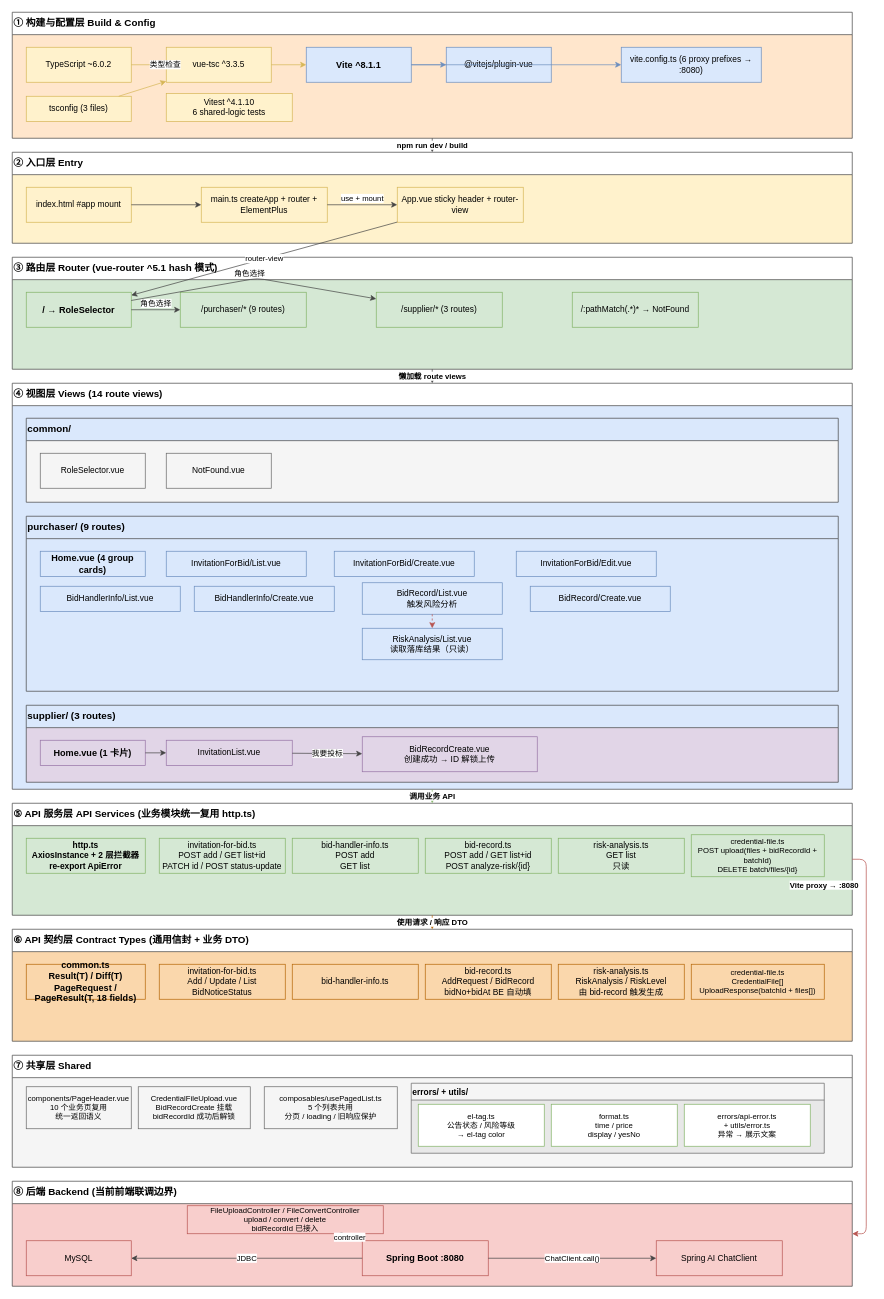
Above: docs/frontend-architecture.drawio in Jianshi-Lu/smart-bid-platform-fe (draw.io), before the change. Source tidied: cells renumbered, new cells numbered last; positions are measured from the earlier drawing's top-left corner, leaving out a move shared by most shapes. Both pictures are drawn from the tidied source at 70%, with x=0, y=0 at pixel (12, 12).
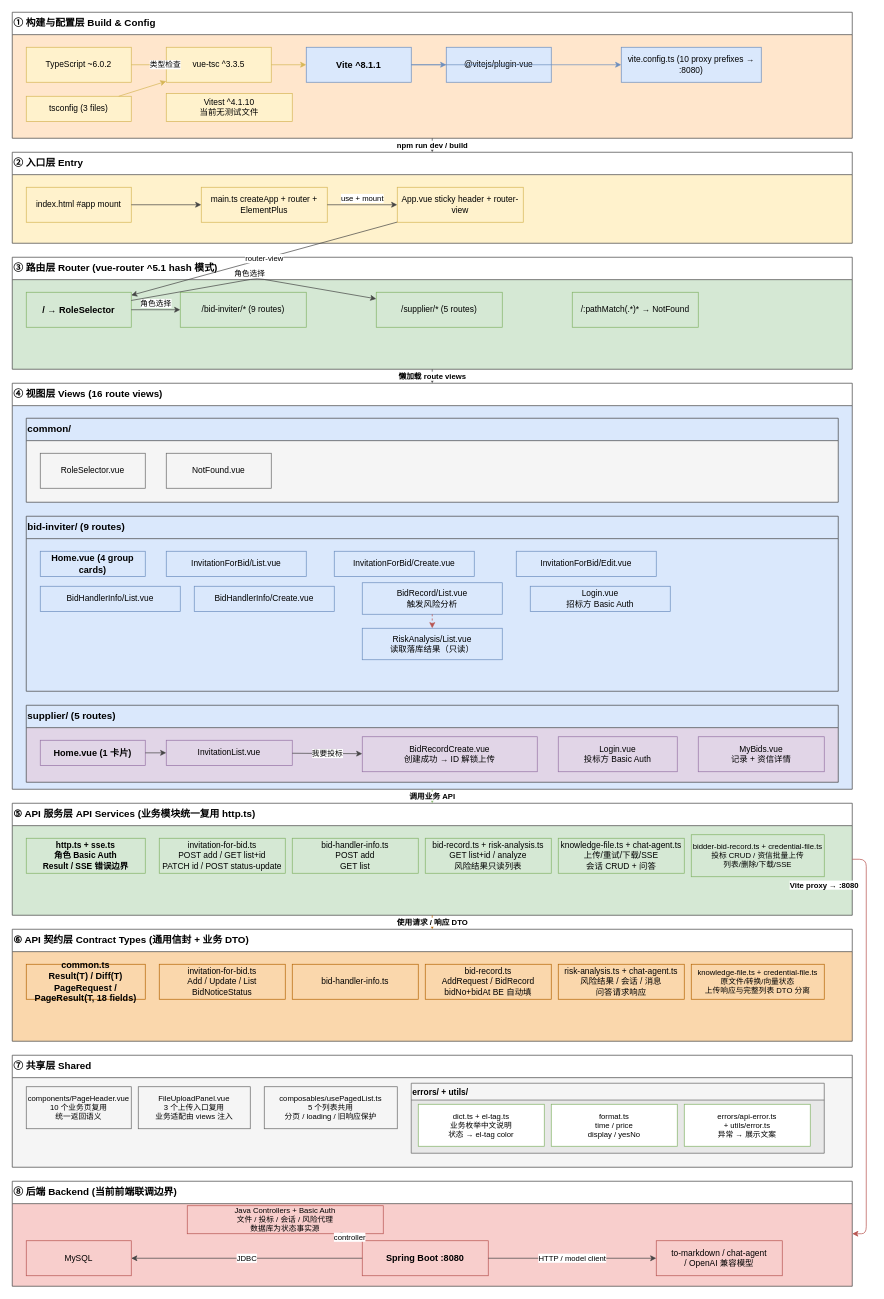
The same page after the edit.

The change refers to these unchanged cells:
```xml
<mxCell id="2" value="① 构建与配置层  Build &amp;amp; Config" style="shape=swimlane;rounded=0;swimlaneFillColor=#ffe6cc;fillColor=none;strokeColor=#444;startSize=32;html=1;whiteSpace=wrap;fontSize=14;fontStyle=1;align=left;verticalAlign=top;" parent="1" vertex="1">
  <mxGeometry width="1200" height="180" as="geometry" />
</mxCell>
<mxCell id="21" value="③ 路由层  Router  (vue-router ^5.1  hash 模式)" style="shape=swimlane;rounded=0;swimlaneFillColor=#d5e8d4;fillColor=none;strokeColor=#444;startSize=32;html=1;whiteSpace=wrap;fontSize=14;fontStyle=1;align=left;verticalAlign=top;" parent="1" vertex="1">
  <mxGeometry y="350" width="1200" height="160" as="geometry" />
</mxCell>
<mxCell id="49" value="⑤ API 服务层  API Services  (业务模块统一复用 http.ts)" style="shape=swimlane;rounded=0;swimlaneFillColor=#d5e8d4;fillColor=none;strokeColor=#444;startSize=32;html=1;whiteSpace=wrap;fontSize=14;fontStyle=1;align=left;verticalAlign=top;" parent="1" vertex="1">
  <mxGeometry y="1130" width="1200" height="160" as="geometry" />
</mxCell>
<mxCell id="56" value="⑥ API 契约层  Contract Types  (通用信封 + 业务 DTO)" style="shape=swimlane;rounded=0;swimlaneFillColor=#fad7ac;fillColor=none;strokeColor=#444;startSize=32;html=1;whiteSpace=wrap;fontSize=14;fontStyle=1;align=left;verticalAlign=top;" parent="1" vertex="1">
  <mxGeometry y="1310" width="1200" height="160" as="geometry" />
</mxCell>
<mxCell id="63" value="⑦ 共享层  Shared" style="shape=swimlane;rounded=0;swimlaneFillColor=#f5f5f5;fillColor=none;strokeColor=#444;startSize=32;html=1;whiteSpace=wrap;fontSize=14;fontStyle=1;align=left;verticalAlign=top;" parent="1" vertex="1">
  <mxGeometry y="1490" width="1200" height="160" as="geometry" />
</mxCell>
<mxCell id="67" value="errors/ + utils/" style="shape=swimlane;rounded=0;swimlaneFillColor=#e8e8e8;fillColor=none;strokeColor=#666;startSize=24;html=1;whiteSpace=wrap;fontSize=12;fontStyle=1;align=left;verticalAlign=top;" parent="63" vertex="1">
  <mxGeometry x="570" y="40" width="590" height="100" as="geometry" />
</mxCell>
<mxCell id="71" value="⑧ 后端  Backend  (当前前端联调边界)" style="shape=swimlane;rounded=0;swimlaneFillColor=#f8cecc;fillColor=none;strokeColor=#444;startSize=32;html=1;whiteSpace=wrap;fontSize=14;fontStyle=1;align=left;verticalAlign=top;" parent="1" vertex="1">
  <mxGeometry y="1670" width="1200" height="150" as="geometry" />
</mxCell>
<mxCell id="72" value="Spring Boot :8080" style="rounded=0;whiteSpace=wrap;html=1;fillColor=#f8cecc;strokeColor=#b85450;fontSize=13;fontStyle=1;" parent="71" vertex="1">
  <mxGeometry x="500" y="85" width="180" height="50" as="geometry" />
</mxCell>
```

Diff of the diagram source:
```diff
@@
-    <mxCell id="7" value="vite.config.ts  (6 proxy prefixes → :8080)" style="rounded=0;whiteSpace=wrap;html=1;fillColor=#dae8fc;strokeColor=#6c8ebf;fontSize=12;" parent="2" vertex="1">
+    <mxCell id="7" value="vite.config.ts  (10 proxy prefixes → :8080)" style="rounded=0;whiteSpace=wrap;html=1;fillColor=#dae8fc;strokeColor=#6c8ebf;fontSize=12;" parent="2" vertex="1">
       <mxGeometry x="870" y="50" width="200" height="50" as="geometry" />
     </mxCell>
@@
-    <mxCell id="9" value="Vitest ^4.1.10&#10;6 shared-logic tests" style="rounded=0;whiteSpace=wrap;html=1;fillColor=#fff2cc;strokeColor=#d6b656;fontSize=12;" parent="2" vertex="1">
+    <mxCell id="9" value="Vitest ^4.1.10&#10;当前无测试文件" style="rounded=0;whiteSpace=wrap;html=1;fillColor=#fff2cc;strokeColor=#d6b656;fontSize=12;" parent="2" vertex="1">
       <mxGeometry x="220" y="116" width="180" height="40" as="geometry" />
     </mxCell>
@@
-    <mxCell id="23" value="/purchaser/*  (9 routes)" style="rounded=0;whiteSpace=wrap;html=1;fillColor=#d5e8d4;strokeColor=#82b366;fontSize=12;" parent="21" vertex="1">
+    <mxCell id="23" value="/bid-inviter/*  (9 routes)" style="rounded=0;whiteSpace=wrap;html=1;fillColor=#d5e8d4;strokeColor=#82b366;fontSize=12;" parent="21" vertex="1">
       <mxGeometry x="240" y="50" width="180" height="50" as="geometry" />
     </mxCell>
-    <mxCell id="24" value="/supplier/*  (3 routes)" style="rounded=0;whiteSpace=wrap;html=1;fillColor=#d5e8d4;strokeColor=#82b366;fontSize=12;" parent="21" vertex="1">
+    <mxCell id="24" value="/supplier/*  (5 routes)" style="rounded=0;whiteSpace=wrap;html=1;fillColor=#d5e8d4;strokeColor=#82b366;fontSize=12;" parent="21" vertex="1">
       <mxGeometry x="520" y="50" width="180" height="50" as="geometry" />
     </mxCell>
@@
-    <mxCell id="28" value="④ 视图层  Views  (14 route views)" style="shape=swimlane;rounded=0;swimlaneFillColor=#dae8fc;fillColor=none;strokeColor=#444;startSize=32;html=1;whiteSpace=wrap;fontSize=14;fontStyle=1;align=left;verticalAlign=top;" parent="1" vertex="1">
+    <mxCell id="28" value="④ 视图层  Views  (16 route views)" style="shape=swimlane;rounded=0;swimlaneFillColor=#dae8fc;fillColor=none;strokeColor=#444;startSize=32;html=1;whiteSpace=wrap;fontSize=14;fontStyle=1;align=left;verticalAlign=top;" parent="1" vertex="1">
       <mxGeometry y="530" width="1200" height="580" as="geometry" />
     </mxCell>
@@
-    <mxCell id="32" value="purchaser/  (9 routes)" style="shape=swimlane;rounded=0;swimlaneFillColor=#dae8fc;fillColor=none;strokeColor=#444;startSize=32;html=1;whiteSpace=wrap;fontSize=14;fontStyle=1;align=left;verticalAlign=top;" parent="28" vertex="1">
+    <mxCell id="32" value="bid-inviter/  (9 routes)" style="shape=swimlane;rounded=0;swimlaneFillColor=#dae8fc;fillColor=none;strokeColor=#444;startSize=32;html=1;whiteSpace=wrap;fontSize=14;fontStyle=1;align=left;verticalAlign=top;" parent="28" vertex="1">
       <mxGeometry x="20" y="190" width="1160" height="250" as="geometry" />
     </mxCell>
@@
-    <mxCell id="40" value="BidRecord/Create.vue" style="rounded=0;whiteSpace=wrap;html=1;fillColor=#dae8fc;strokeColor=#6c8ebf;fontSize=12;" parent="32" vertex="1">
+    <mxCell id="40" value="Login.vue&#10;招标方 Basic Auth" style="rounded=0;whiteSpace=wrap;html=1;fillColor=#dae8fc;strokeColor=#6c8ebf;fontSize=12;" parent="32" vertex="1">
       <mxGeometry x="720" y="100" width="200" height="36" as="geometry" />
     </mxCell>
@@
-    <mxCell id="43" value="supplier/  (3 routes)" style="shape=swimlane;rounded=0;swimlaneFillColor=#e1d5e7;fillColor=none;strokeColor=#444;startSize=32;html=1;whiteSpace=wrap;fontSize=14;fontStyle=1;align=left;verticalAlign=top;" parent="28" vertex="1">
+    <mxCell id="43" value="supplier/  (5 routes)" style="shape=swimlane;rounded=0;swimlaneFillColor=#e1d5e7;fillColor=none;strokeColor=#444;startSize=32;html=1;whiteSpace=wrap;fontSize=14;fontStyle=1;align=left;verticalAlign=top;" parent="28" vertex="1">
       <mxGeometry x="20" y="460" width="1160" height="110" as="geometry" />
     </mxCell>
@@
+    <mxCell id="85" value="Login.vue&#10;投标方 Basic Auth" style="rounded=0;whiteSpace=wrap;html=1;fillColor=#e1d5e7;strokeColor=#9673a6;fontSize=12;" parent="43" vertex="1">
+      <mxGeometry x="760" y="45" width="170" height="50" as="geometry" />
+    </mxCell>
+    <mxCell id="86" value="MyBids.vue&#10;记录 + 资信详情" style="rounded=0;whiteSpace=wrap;html=1;fillColor=#e1d5e7;strokeColor=#9673a6;fontSize=12;" parent="43" vertex="1">
+      <mxGeometry x="960" y="45" width="180" height="50" as="geometry" />
+    </mxCell>
@@
-    <mxCell id="50" value="http.ts&#10;AxiosInstance + 2 层拦截器&#10;re-export ApiError" style="rounded=0;whiteSpace=wrap;html=1;fillColor=#d5e8d4;strokeColor=#82b366;fontSize=12;fontStyle=1;" parent="49" vertex="1">
+    <mxCell id="50" value="http.ts + sse.ts&#10;角色 Basic Auth&#10;Result / SSE 错误边界" style="rounded=0;whiteSpace=wrap;html=1;fillColor=#d5e8d4;strokeColor=#82b366;fontSize=12;fontStyle=1;" parent="49" vertex="1">
       <mxGeometry x="20" y="50" width="170" height="50" as="geometry" />
     </mxCell>
@@
-    <mxCell id="53" value="bid-record.ts&#10;POST add / GET list+id&#10;POST analyze-risk/{id}" style="rounded=0;whiteSpace=wrap;html=1;fillColor=#d5e8d4;strokeColor=#82b366;fontSize=12;" parent="49" vertex="1">
+    <mxCell id="53" value="bid-record.ts + risk-analysis.ts&#10;GET list+id / analyze&#10;风险结果只读列表" style="rounded=0;whiteSpace=wrap;html=1;fillColor=#d5e8d4;strokeColor=#82b366;fontSize=12;" parent="49" vertex="1">
       <mxGeometry x="590" y="50" width="180" height="50" as="geometry" />
     </mxCell>
-    <mxCell id="54" value="risk-analysis.ts&#10;GET list&#10;只读" style="rounded=0;whiteSpace=wrap;html=1;fillColor=#d5e8d4;strokeColor=#82b366;fontSize=12;" parent="49" vertex="1">
+    <mxCell id="54" value="knowledge-file.ts + chat-agent.ts&#10;上传/重试/下载/SSE&#10;会话 CRUD + 问答" style="rounded=0;whiteSpace=wrap;html=1;fillColor=#d5e8d4;strokeColor=#82b366;fontSize=12;" parent="49" vertex="1">
       <mxGeometry x="780" y="50" width="180" height="50" as="geometry" />
     </mxCell>
-    <mxCell id="55" value="credential-file.ts&#10;POST upload(files + bidRecordId + batchId)&#10;DELETE batch/files/{id}" style="rounded=0;whiteSpace=wrap;html=1;fillColor=#d5e8d4;strokeColor=#82b366;fontSize=11;" parent="49" vertex="1">
+    <mxCell id="55" value="bidder-bid-record.ts + credential-file.ts&#10;投标 CRUD / 资信批量上传&#10;列表/删除/下载/SSE" style="rounded=0;whiteSpace=wrap;html=1;fillColor=#d5e8d4;strokeColor=#82b366;fontSize=11;" parent="49" vertex="1">
       <mxGeometry x="970" y="45" width="190" height="60" as="geometry" />
     </mxCell>
@@
-    <mxCell id="61" value="risk-analysis.ts&#10;RiskAnalysis / RiskLevel&#10;由 bid-record 触发生成" style="rounded=0;whiteSpace=wrap;html=1;fillColor=#fad7ac;strokeColor=#b46504;fontSize=12;" parent="56" vertex="1">
+    <mxCell id="61" value="risk-analysis.ts + chat-agent.ts&#10;风险结果 / 会话 / 消息&#10;问答请求响应" style="rounded=0;whiteSpace=wrap;html=1;fillColor=#fad7ac;strokeColor=#b46504;fontSize=12;" parent="56" vertex="1">
       <mxGeometry x="780" y="50" width="180" height="50" as="geometry" />
     </mxCell>
-    <mxCell id="62" value="credential-file.ts&#10;CredentialFile[]&#10;UploadResponse(batchId + files[])" style="rounded=0;whiteSpace=wrap;html=1;fillColor=#fad7ac;strokeColor=#b46504;fontSize=11;" parent="56" vertex="1">
+    <mxCell id="62" value="knowledge-file.ts + credential-file.ts&#10;原文件/转换/向量状态&#10;上传响应与完整列表 DTO 分离" style="rounded=0;whiteSpace=wrap;html=1;fillColor=#fad7ac;strokeColor=#b46504;fontSize=11;" parent="56" vertex="1">
       <mxGeometry x="970" y="50" width="190" height="50" as="geometry" />
     </mxCell>
@@
-    <mxCell id="65" value="CredentialFileUpload.vue&#10;BidRecordCreate 挂载&#10;bidRecordId 成功后解锁" style="rounded=0;whiteSpace=wrap;html=1;fillColor=#f5f5f5;strokeColor=#666666;fontSize=11;" parent="63" vertex="1">
+    <mxCell id="65" value="FileUploadPanel.vue&#10;3 个上传入口复用&#10;业务适配由 views 注入" style="rounded=0;whiteSpace=wrap;html=1;fillColor=#f5f5f5;strokeColor=#666666;fontSize=11;" parent="63" vertex="1">
       <mxGeometry x="180" y="45" width="160" height="60" as="geometry" />
     </mxCell>
@@
-    <mxCell id="68" value="el-tag.ts&#10;公告状态 / 风险等级&#10;→ el-tag color" style="rounded=0;whiteSpace=wrap;html=1;fillColor=#ffffff;strokeColor=#82b366;fontSize=11;" parent="67" vertex="1">
+    <mxCell id="68" value="dict.ts + el-tag.ts&#10;业务枚举中文说明&#10;状态 → el-tag color" style="rounded=0;whiteSpace=wrap;html=1;fillColor=#ffffff;strokeColor=#82b366;fontSize=11;" parent="67" vertex="1">
       <mxGeometry x="10" y="30" width="180" height="60" as="geometry" />
     </mxCell>
@@
-    <mxCell id="74" value="Spring AI ChatClient" style="rounded=0;whiteSpace=wrap;html=1;fillColor=#f8cecc;strokeColor=#b85450;fontSize=12;" parent="71" vertex="1">
+    <mxCell id="74" value="to-markdown / chat-agent&#10;/ OpenAI 兼容模型" style="rounded=0;whiteSpace=wrap;html=1;fillColor=#f8cecc;strokeColor=#b85450;fontSize=12;" parent="71" vertex="1">
       <mxGeometry x="920" y="85" width="180" height="50" as="geometry" />
     </mxCell>
-    <mxCell id="75" value="FileUploadController / FileConvertController&#10;upload / convert / delete&#10;bidRecordId 已接入" style="rounded=0;whiteSpace=wrap;html=1;fillColor=#f8cecc;strokeColor=#b85450;fontSize=11;" parent="71" vertex="1">
+    <mxCell id="75" value="Java Controllers + Basic Auth&#10;文件 / 投标 / 会话 / 风险代理&#10;数据库为状态事实源" style="rounded=0;whiteSpace=wrap;html=1;fillColor=#f8cecc;strokeColor=#b85450;fontSize=11;" parent="71" vertex="1">
       <mxGeometry x="250" y="35" width="280" height="40" as="geometry" />
     </mxCell>
@@
-    <mxCell id="77" value="ChatClient.call()" style="endArrow=classic;html=1;rounded=1;orthogonalEdgeStyle=1;strokeColor=#444;fontSize=11;align=center;verticalAlign=middle;labelBackgroundColor=#ffffff;" parent="1" edge="1" source="72" target="74">
+    <mxCell id="77" value="HTTP / model client" style="endArrow=classic;html=1;rounded=1;orthogonalEdgeStyle=1;strokeColor=#444;fontSize=11;align=center;verticalAlign=middle;labelBackgroundColor=#ffffff;" parent="1" edge="1" source="72" target="74">
       <mxGeometry relative="1" as="geometry" />
     </mxCell>
```
